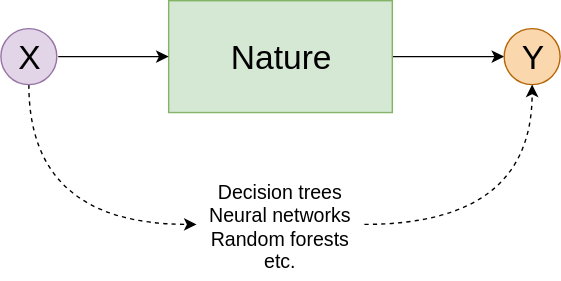
Above: docs/figures/algorithmic-modeling-culture.svg in bgreenwell/intro-ml-r (draw.io), before the change. Source tidied: cells renumbered, new cells last; positions are measured from the earlier drawing's top-left corner, leaving out a move shared by most shapes. Its diagram source:
```xml
<mxGraphModel background="#ffffff">
  <root>
    <mxCell id="0" />
    <mxCell id="1" parent="0" />
    <mxCell id="2" style="edgeStyle=orthogonalEdgeStyle;rounded=0;html=1;entryX=0;entryY=0.5;jettySize=auto;" parent="1" edge="1" source="3" target="5">
      <mxGeometry relative="1" as="geometry" />
    </mxCell>
    <mxCell id="3" value="&lt;font style=&quot;font-size: 24px&quot;&gt;Nature&lt;/font&gt;" style="rounded=0;whiteSpace=wrap;html=1;fillColor=#d5e8d4;strokeColor=#82b366;" parent="1" vertex="1">
      <mxGeometry x="120" width="160" height="80" as="geometry" />
    </mxCell>
    <mxCell id="4" style="edgeStyle=orthogonalEdgeStyle;rounded=0;html=1;jettySize=auto;" parent="1" edge="1" target="3">
      <mxGeometry relative="1" as="geometry">
        <mxPoint x="41" y="40" as="sourcePoint" />
      </mxGeometry>
    </mxCell>
    <mxCell id="5" value="&lt;font style=&quot;font-size: 24px&quot;&gt;Y&lt;/font&gt;" style="ellipse;whiteSpace=wrap;html=1;fillColor=#fad7ac;strokeColor=#b46504;" parent="1" vertex="1">
      <mxGeometry x="360" y="20" width="40" height="40" as="geometry" />
    </mxCell>
    <mxCell id="6" style="edgeStyle=orthogonalEdgeStyle;curved=1;rounded=0;html=1;entryX=0;entryY=0.5;jettySize=auto;dashed=1;" parent="1" edge="1" source="7" target="9">
      <mxGeometry relative="1" as="geometry">
        <Array as="points">
          <mxPoint x="20" y="160" />
        </Array>
      </mxGeometry>
    </mxCell>
    <mxCell id="7" value="&lt;font style=&quot;font-size: 24px&quot;&gt;X&lt;/font&gt;" style="ellipse;whiteSpace=wrap;html=1;fillColor=#e1d5e7;strokeColor=#9673a6;" parent="1" vertex="1">
      <mxGeometry y="20" width="40" height="40" as="geometry" />
    </mxCell>
    <mxCell id="8" style="edgeStyle=orthogonalEdgeStyle;curved=1;rounded=0;html=1;entryX=0.5;entryY=1;jettySize=auto;dashed=1;" parent="1" edge="1" source="9" target="5">
      <mxGeometry relative="1" as="geometry" />
    </mxCell>
    <mxCell id="9" value="&lt;font style=&quot;font-size: 14px&quot;&gt;Decision trees&lt;br&gt;Neural networks&lt;br&gt;Random forests&lt;br&gt;etc.&lt;/font&gt;&lt;br&gt;" style="text;html=1;strokeColor=none;fillColor=none;align=center;verticalAlign=middle;whiteSpace=wrap;rounded=0;" parent="1" vertex="1">
      <mxGeometry x="140" y="120" width="120" height="80" as="geometry" />
    </mxCell>
  </root>
</mxGraphModel>
```
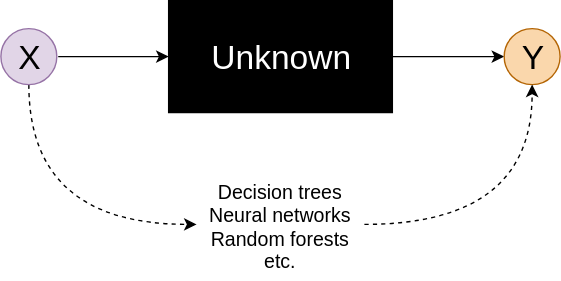
After the commit.

What changed in the source:
```diff
@@ -5,7 +5,7 @@
     <mxCell id="2" style="edgeStyle=orthogonalEdgeStyle;rounded=0;html=1;entryX=0;entryY=0.5;jettySize=auto;" parent="1" edge="1" source="3" target="5">
       <mxGeometry relative="1" as="geometry" />
     </mxCell>
-    <mxCell id="3" value="&lt;font style=&quot;font-size: 24px&quot;&gt;Nature&lt;/font&gt;" style="rounded=0;whiteSpace=wrap;html=1;fillColor=#d5e8d4;strokeColor=#82b366;" parent="1" vertex="1">
+    <mxCell id="3" value="&lt;font style=&quot;font-size: 24px ; background-color: rgb(0 , 0 , 0)&quot; color=&quot;#ffffff&quot;&gt;Unknown&lt;/font&gt;" style="rounded=0;whiteSpace=wrap;html=1;fillColor=#000000;strokeColor=#000000;" parent="1" vertex="1">
       <mxGeometry x="120" width="160" height="80" as="geometry" />
     </mxCell>
     <mxCell id="4" style="edgeStyle=orthogonalEdgeStyle;rounded=0;html=1;jettySize=auto;" parent="1" edge="1" target="3">
```
